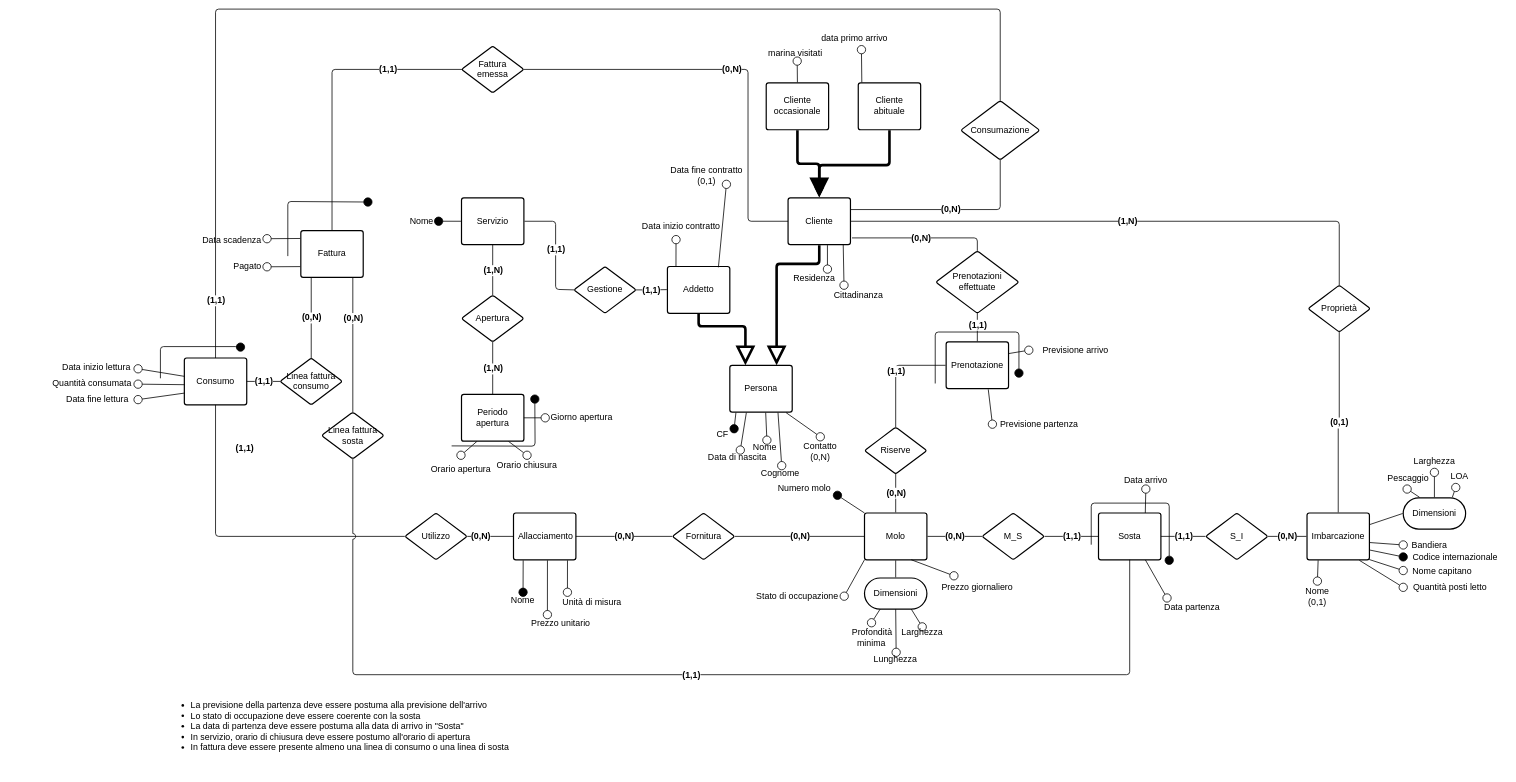
Above: page "Concettuale ridotto" (4 of 5) of src_relazione_tex/Er.drawio in alessandro-massarenti/Progetto-basi-di-dati-2022 (draw.io), before the change. Source tidied: cells renumbered, new cells numbered last; positions are measured from the earlier drawing's top-left corner, leaving out a move shared by most shapes. Both pictures are drawn from the tidied source at 52%, with x=0, y=0 at pixel (46, 9).
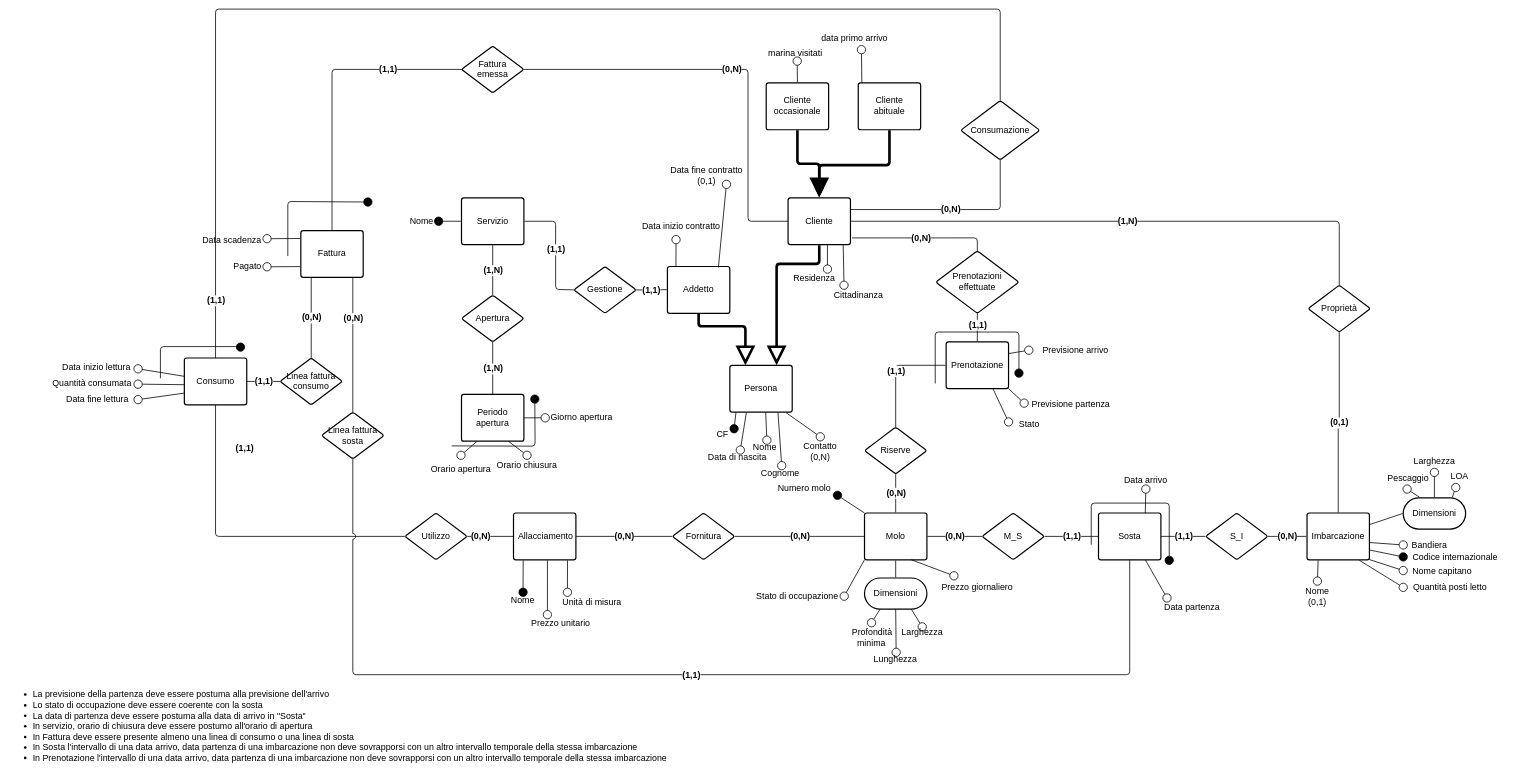
After the change.

Commit message:
Risolve alcuni problemi della issue #17

Unchanged cells that the change refers to:
```xml
<mxCell id="104" value="Prenotazione" style="html=1;overflow=block;blockSpacing=1;whiteSpace=wrap;fontSize=17;fontColor=#000000;spacing=9;strokeColor=#000000;strokeOpacity=100;rounded=1;absoluteArcSize=1;arcSize=9;strokeWidth=2.3;" parent="1" vertex="1">
  <mxGeometry x="1731" y="640" width="120" height="90" as="geometry" />
</mxCell>
```

Change to the diagram source:
```diff
@@
     <mxCell id="4" value="Previsione partenza" style="html=1;overflow=block;blockSpacing=1;whiteSpace=wrap;fontSize=17;fontColor=#000000;spacing=0;fillColor=none;strokeWidth=1.5;strokeColor=none;" parent="1" vertex="1">
-      <mxGeometry x="1820" y="789.5" width="180" height="17.5" as="geometry" />
+      <mxGeometry x="1881" y="749" width="180" height="17.5" as="geometry" />
     </mxCell>
@@
-    <mxCell id="59" style="html=1;jettySize=18;whiteSpace=wrap;fontSize=17;strokeColor=#000000;strokeWidth=1.5;rounded=1;arcSize=12;startArrow=none;endArrow=oval;endFill=0;endSize=16;exitX=0.675;exitY=1.014;exitDx=0;exitDy=0;exitPerimeter=0;entryX=0;entryY=0.5;entryDx=0;entryDy=0;" parent="1" edge="1" source="104" target="4">
+    <mxCell id="59" style="html=1;jettySize=18;whiteSpace=wrap;fontSize=17;strokeColor=#000000;strokeWidth=1.5;rounded=1;arcSize=12;startArrow=none;endArrow=oval;endFill=0;endSize=16;entryX=0;entryY=0.5;entryDx=0;entryDy=0;exitX=1;exitY=1;exitDx=0;exitDy=0;" parent="1" edge="1" source="104" target="4">
       <mxGeometry relative="1" as="geometry" />
     </mxCell>
@@
-    <mxCell id="158" value="&lt;div style=&quot;text-align: left; font-size: 17px;&quot;&gt;&lt;ul&gt;&lt;li&gt;&lt;span style=&quot;background-color: initial;&quot;&gt;La previsione della partenza deve essere postuma alla previsione dell'arrivo&lt;/span&gt;&lt;/li&gt;&lt;li&gt;&lt;span style=&quot;background-color: initial;&quot;&gt;Lo stato di occupazione deve essere coerente con la sosta&lt;/span&gt;&lt;/li&gt;&lt;li&gt;&lt;span style=&quot;background-color: initial;&quot;&gt;La data di partenza deve essere postuma alla data di arrivo in &quot;Sosta&quot;&lt;br&gt;&lt;/span&gt;&lt;/li&gt;&lt;li&gt;&lt;span style=&quot;background-color: initial;&quot;&gt;In servizio, orario di chiusura deve essere postumo all'orario di apertura&lt;/span&gt;&lt;/li&gt;&lt;li&gt;&lt;span style=&quot;background-color: initial;&quot;&gt;In fattura deve essere presente almeno una linea di consumo o una linea di sosta&lt;/span&gt;&lt;/li&gt;&lt;/ul&gt;&lt;/div&gt;" style="text;html=1;align=center;verticalAlign=middle;strokeColor=none;fillColor=none;" parent="1" vertex="1">
-      <mxGeometry x="229" y="1325" width="670" height="110" as="geometry" />
+    <mxCell id="158" value="&lt;div style=&quot;text-align: left; font-size: 17px;&quot;&gt;&lt;ul&gt;&lt;li&gt;&lt;span style=&quot;background-color: initial;&quot;&gt;La previsione della partenza deve essere postuma alla previsione dell'arrivo&lt;/span&gt;&lt;/li&gt;&lt;li&gt;&lt;span style=&quot;background-color: initial;&quot;&gt;Lo stato di occupazione deve essere coerente con la sosta&lt;/span&gt;&lt;/li&gt;&lt;li&gt;&lt;span style=&quot;background-color: initial;&quot;&gt;La data di partenza deve essere postuma alla data di arrivo in &quot;Sosta&quot;&lt;br&gt;&lt;/span&gt;&lt;/li&gt;&lt;li&gt;&lt;span style=&quot;background-color: initial;&quot;&gt;In servizio, orario di chiusura deve essere postumo all'orario di apertura&lt;/span&gt;&lt;/li&gt;&lt;li&gt;&lt;span style=&quot;background-color: initial;&quot;&gt;In Fattura deve essere presente almeno una linea di consumo o una linea di sosta&lt;/span&gt;&lt;/li&gt;&lt;li&gt;&lt;span style=&quot;background-color: initial;&quot;&gt;In Sosta l'intervallo di una data arrivo, data partenza di una imbarcazione non deve sovrapporsi con un altro intervallo temporale della stessa imbarcazione&lt;/span&gt;&lt;/li&gt;&lt;li&gt;&lt;span style=&quot;background-color: initial;&quot;&gt;In Prenotazione l'intervallo di una data arrivo, data partenza di una imbarcazione non deve sovrapporsi con un altro intervallo temporale della stessa imbarcazione&lt;/span&gt;&lt;/li&gt;&lt;/ul&gt;&lt;/div&gt;" style="text;html=1;align=center;verticalAlign=middle;strokeColor=none;fillColor=none;" parent="1" vertex="1">
+      <mxGeometry x="-71" y="1310" width="1270" height="140" as="geometry" />
     </mxCell>
@@
+    <mxCell id="177" value="Stato" style="html=1;overflow=block;blockSpacing=1;whiteSpace=wrap;fontSize=17;fontColor=#000000;spacing=0;fillColor=none;strokeWidth=1.5;strokeColor=none;" parent="1" vertex="1">
+      <mxGeometry x="1851" y="789.5" width="80" height="17.5" as="geometry" />
+    </mxCell>
+    <mxCell id="178" style="html=1;jettySize=18;whiteSpace=wrap;fontSize=17;strokeColor=#000000;strokeWidth=1.5;rounded=1;arcSize=12;startArrow=none;endArrow=oval;endFill=0;endSize=16;exitX=0.75;exitY=1;exitDx=0;exitDy=0;entryX=0;entryY=0.25;entryDx=0;entryDy=0;" parent="1" edge="1" source="104" target="177">
+      <mxGeometry relative="1" as="geometry" />
+    </mxCell>
```
